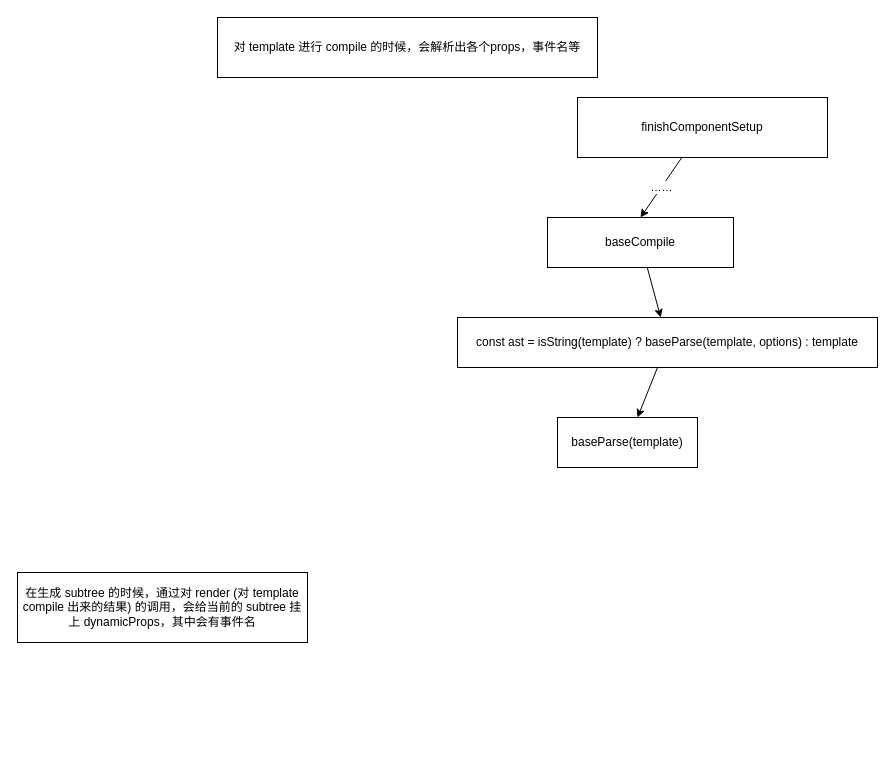
wine-fall/drawioDisk keeps this draw.io diagram as vue-event.drawio. Above is the earlier version. Source tidied: cells renumbered, new cells numbered last; positions are measured from the earlier drawing's top-left corner, leaving out a move shared by most shapes. Both pictures are drawn from the tidied source at 100%, with x=0, y=0 at pixel (17, 17).
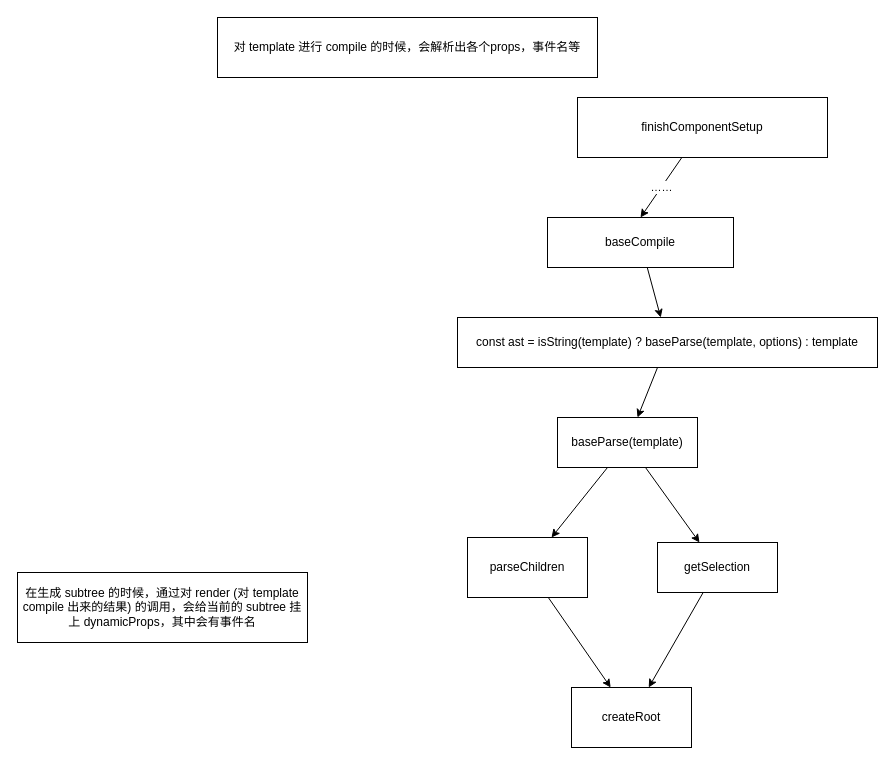
Above is the later version.

What changed in the source:
```diff
@@
 <mxGraphModel>
   <root>
     <mxCell id="0" />
     <mxCell id="1" parent="0" />
     <mxCell id="2" value="在生成 subtree 的时候，通过对 render (对 template compile 出来的结果) 的调用，会给当前的 subtree 挂上 dynamicProps，其中会有事件名" style="rounded=0;whiteSpace=wrap;html=1;" parent="1" vertex="1">
       <mxGeometry y="555" width="290" height="70" as="geometry" />
     </mxCell>
     <mxCell id="3" value="对 template 进行 compile 的时候，会解析出各个props，事件名等" style="rounded=0;whiteSpace=wrap;html=1;" parent="1" vertex="1">
       <mxGeometry x="200" width="380" height="60" as="geometry" />
     </mxCell>
     <mxCell id="4" style="rounded=0;jettySize=auto;html=1;entryX=0.5;entryY=0;entryDx=0;entryDy=0;" parent="1" edge="1" source="6" target="8">
       <mxGeometry relative="1" as="geometry" />
     </mxCell>
     <mxCell id="5" value="……" style="edgeLabel;html=1;align=center;verticalAlign=middle;" parent="4" vertex="1">
       <mxGeometry x="-0.02" y="-1" relative="1" as="geometry" />
     </mxCell>
     <mxCell id="6" value="finishComponentSetup" style="rounded=0;whiteSpace=wrap;html=1;" parent="1" vertex="1">
       <mxGeometry x="560" y="80" width="250" height="60" as="geometry" />
     </mxCell>
     <mxCell id="7" style="edgeStyle=none;rounded=0;jettySize=auto;html=1;" parent="1" edge="1" source="8" target="10">
       <mxGeometry relative="1" as="geometry" />
     </mxCell>
     <mxCell id="8" value="baseCompile" style="rounded=0;whiteSpace=wrap;html=1;" parent="1" vertex="1">
       <mxGeometry x="530" y="200" width="186" height="50" as="geometry" />
     </mxCell>
     <mxCell id="9" style="edgeStyle=none;rounded=0;jettySize=auto;html=1;" parent="1" edge="1" source="10" target="11">
       <mxGeometry relative="1" as="geometry" />
     </mxCell>
     <mxCell id="10" value="const ast = isString(template) ? baseParse(template, options) : template" style="rounded=0;whiteSpace=wrap;html=1;" parent="1" vertex="1">
       <mxGeometry x="440" y="300" width="420" height="50" as="geometry" />
     </mxCell>
+    <mxCell id="12" style="edgeStyle=none;rounded=0;jettySize=auto;html=1;" parent="1" edge="1" source="11" target="15">
+      <mxGeometry relative="1" as="geometry" />
+    </mxCell>
+    <mxCell id="13" style="edgeStyle=none;rounded=0;jettySize=auto;html=1;" parent="1" edge="1" source="11" target="17">
+      <mxGeometry relative="1" as="geometry" />
+    </mxCell>
     <mxCell id="11" value="baseParse(template)" style="rounded=0;whiteSpace=wrap;html=1;" parent="1" vertex="1">
       <mxGeometry x="540" y="400" width="140" height="50" as="geometry" />
     </mxCell>
+    <mxCell id="14" style="edgeStyle=none;rounded=0;jettySize=auto;html=1;" parent="1" edge="1" source="15" target="18">
+      <mxGeometry relative="1" as="geometry" />
+    </mxCell>
+    <mxCell id="15" value="parseChildren" style="rounded=0;whiteSpace=wrap;html=1;" parent="1" vertex="1">
+      <mxGeometry x="450" y="520" width="120" height="60" as="geometry" />
+    </mxCell>
+    <mxCell id="16" style="edgeStyle=none;rounded=0;jettySize=auto;html=1;" parent="1" edge="1" source="17" target="18">
+      <mxGeometry relative="1" as="geometry" />
+    </mxCell>
+    <mxCell id="17" value="getSelection" style="rounded=0;whiteSpace=wrap;html=1;" parent="1" vertex="1">
+      <mxGeometry x="640" y="525" width="120" height="50" as="geometry" />
+    </mxCell>
+    <mxCell id="18" value="createRoot" style="rounded=0;whiteSpace=wrap;html=1;" parent="1" vertex="1">
+      <mxGeometry x="554" y="670" width="120" height="60" as="geometry" />
+    </mxCell>
   </root>
 </mxGraphModel>
```
